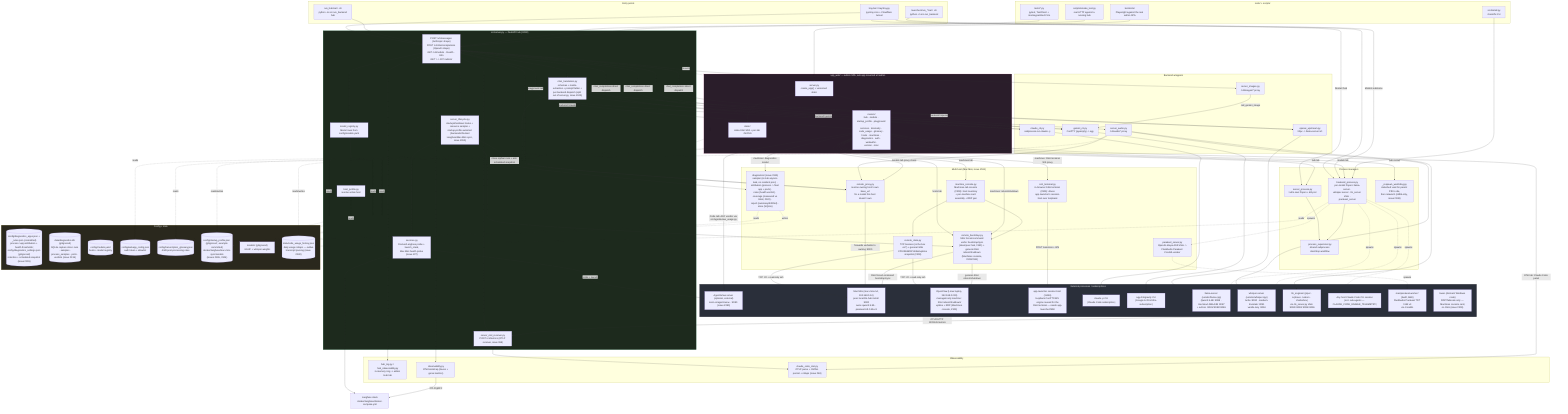
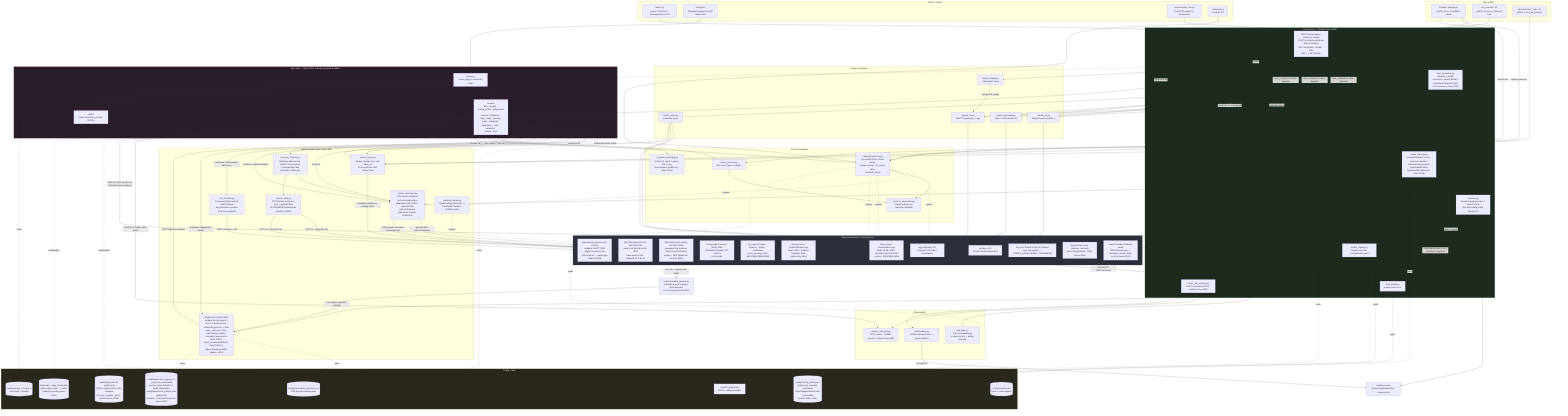
%% docs/architecture.mmd — local-llm-hub's own internal structure.
%% Hand-authored, not generated — companion to the fleet-wide convention in
%% ferraroroberto/fleet-config#256 (see that repo's own docs/architecture.mmd
%% for the reference dogfood). This is deliberately smaller than
%% docs/project-structure.md's three detailed diagrams (component/module/
%% sequence) — it's the one-glance map; project-structure.md stays the deep
%% reference. Update this diagram in the same PR as any material structural
%% change (a backend added/removed, a router moved, a process manager
%% relocated) — same anti-staleness contract as this repo's own `.fleet.toml`
%% `description` field.

flowchart TB
  subgraph entry["Entry points"]
    TRAY["tray.bat / tray/tray.py\npystray icon + Cloudflare tunnel"]
    RUNHUB["run_hub.bat / .sh\npython -m src.run_backend hub"]
    RUNMODEL["launchers/run_*.bat / .sh\npython -m src.run_backend <model_id>"]
  end

  subgraph core["src/server.py — FastAPI hub (:8000)"]
    SRV["POST /v1/messages (Anthropic shape)\nPOST /v1/chat/completions (OpenAI shape)\nGET /v1/models · /health · /info\nGET / -> 307 /admin/"]
    CHATT["chat_translation.py\nschemas + media extraction + prompt flatten +\nper-backend dispatch (split out of server.py, issue #245)"]
    LIFECYCLE["server_lifecycle.py\nstartup/shutdown hooks + resource sampler +\nstartup-profile autostart (backends/Docker/\nLangfuse/Mac-Mini-sync, issue #265)"]
    REG["model_registry.py\nModel rows from config/models.yaml"]
    HOSTP["host_profile.py\nresolve active host"]
    OTELRECV["server_otel_receiver.py\nPOST /v1/metrics (OTLP receiver, issue #68)"]
    SVC["services.py\nDocker/Langfuse probe + launch_stack,\nMac Mini health probe (issue #27)"]
  end
  TRAY --> SRV
  RUNHUB --> SRV
  SRV --> CHATT
  SRV --> LIFECYCLE
  SRV --> REG
  REG --> HOSTP
  LIFECYCLE --> SVC
  LIFECYCLE --> REMOTEBOOT
  SVC --> LANGFUSE
  SVC -->|probe + launch| AGENTSVIEW

  subgraph routing["Backend wrappers"]
    CLAUDECLI["claude_cli.py\nsubprocess.run claude -p"]
    GEMINICLI["gemini_cli.py\nConPTY (pywinpty) -> agy"]
    OAIUP["openai_upstream.py\nhttpx -> llama-server /v1"]
    AUDIOR["server_audio.py\n/v1/audio/* proxy"]
    IMAGESR["server_images.py\n/v1/images/* proxy"]
  end
  CHATT -->|backend=claude| CLAUDECLI
  CHATT -->|backend=gemini| GEMINICLI
  CHATT -->|backend=openai| OAIUP
  SRV -->|chat_completions direct dispatch| CLAUDECLI
  SRV -->|chat_completions direct dispatch| GEMINICLI
  SRV -->|chat_completions direct dispatch| OAIUP
  SRV --> AUDIOR
  SRV --> IMAGESR
  SRV --> OTELRECV
  IMAGESR -->|call_gemini_image| GEMINICLI

  subgraph multihost["Multi-host (Mac Mini, issue #181)"]
    REMOTEPROXY["remote_proxy.py\nresolve owning host's own base_url\nfor a model this host doesn't own"]
    REMOTEBOOT["remote_bootstrap.py\nSSH forced-command verbs: bootstrap/sync\n(dead peer hub, #181) + general-SSH\nreboot/shutdown (Machines console, #309/#311)"]
    MACHINECON["machine_console.py\nMachines-tab console (#309): host inventory\n+ per-machine card assembly + RDP gen"]
    REMOTESTATS["remote_stats.py\nTCP liveness (is the box on?) + general-SSH\nCPU/RAM/GPU/disk/uptime snapshot (#309)"]
    SSHTERM["ssh_terminal.py\nin-browser SSH terminal (#309): drives\napp-launcher's session-host over loopback"]
-     DIAG["diagnostics/ (issue #315)\nsampler (in-hub asyncio task, no resident proc) ·\nattribution (process -> fleet app + ports) ·\nrules (health verdict) · coverage (measured vs blind, #322) ·\nreport (summary/drift/md) · store (SQLite)"]
+     DIAG["diagnostics/ (issue #315)\nsampler (in-hub asyncio task, no resident proc) ·\nattribution (process -> fleet app + ports, per-OS) ·\nrules (health verdict) · coverage (measured vs blind, #322) ·\nreport (summary/drift/md) · store (SQLite) ·\ningest (foreign portable capture, #316)"]
    PARAKEETSRV["parakeet_server.py\nOpenAI-shape ASR shim ->\nFluidAudio Parakeet CoreML worker"]
  end
  CHATT --> REMOTEPROXY
  SRV --> REMOTEPROXY
  AUDIOR --> REMOTEPROXY
  WROUT -->|models tab proxy check| REMOTEPROXY
  WROUT -->|hosts tab| REMOTEBOOT
  WROUT -->|machines tab| MACHINECON
  WROUT -->|machines: reboot/shutdown| REMOTEBOOT
  WROUT -->|machines: SSH terminal WS proxy| SSHTERM
  MACHINECON --> REMOTEBOOT
  MACHINECON --> REMOTESTATS
  WROUT -->|machines: diagnostics modal| DIAG
+   WROUT -->|POST diagnostics/ingest| DIAG
  LIFECYCLE -->|close orphan runs + arm scheduled snapshot| DIAG
  DIAG -.reads.-> DIAGCFG
  DIAG -.writes.-> DIAGDB
+   PORTCAP["scripts/portable_capture.py\nstandalone psutil sampler, SSH-delivered,\nno src/ imports (issue #316)"]
+   OPENCLAW -.ssh: run + capture raw JSON.-> PORTCAP
+   PORTCAP -->|raw capture ingested centrally| DIAG
  REMOTESTATS -->|TCP :22 + read-only ssh| MACMINI
  REMOTESTATS -->|TCP :22 + read-only ssh| OPENCLAW
  SSHTERM -->|POST /sessions + WS| SESSIONHOST
  REMOTEBOOT -->|general-SSH reboot/shutdown| OPENCLAW

  subgraph procmgr["Process managers"]
    SUPERVISOR["process_supervisor.py\nshared subprocess start/stop workflow"]
    SERVPROC["server_process.py\nhub's own Popen + kill-port"]
    BACKPROC["backend_process.py\nper-model Popen: llama-server ·\nwhisper-server · tts_server shim ·\nparakeet_server"]
    WATCHDOG["_respawn_watchdog.py\ndetached: wait for parent PID to die,\nthen relaunch (stdlib-only, issue #198)"]
  end
  RUNMODEL --> BACKPROC
  TRAY -->|Models submenu| BACKPROC
  TRAY -->|Restart hub| SERVPROC
  SERVPROC --> SUPERVISOR
  BACKPROC --> SUPERVISOR
  BACKPROC -.spawns.-> PARAKEETSRV

  subgraph ext["External processes / subscriptions"]
    CLAUDEBIN["claude -p CLI\n(Claude Code subscription)"]
    AGYBIN["agy Antigravity CLI\n(Google AI Pro/Ultra subscription)"]
    LLAMA["llama-server (vendor/llama.cpp)\nQwen3.5-4B :8088 · Gemma4-26B-A4B :8087\n+ ad-hoc :8081/:8082/:8086"]
    WHISPER["whisper-server (vendor/whisper.cpp)\nturbo :8090 · medium-translate :8091\nvanilla lazy :8094"]
    TTS["tts_engines/ (piper · orpheus · kokoro · chatterbox)\nvia tts_server.py shim :8092/:8093/:8095/:8096"]
    CCHOST["Any host Claude Code CLI session\n(incl. sub-agents — CLAUDE_CODE_ENABLE_TELEMETRY)"]
    MACMINI["Mac Mini (mac-mini-m4, 192.168.0.14)\npeer local-llm-hub install :8000\nowns qwen3.5-9b · parakeet-tdt-0.6b-v3"]
    PARAKEETWORKER["mac/parakeet-worker/ (Swift, ANE)\nFluidAudio Parakeet TDT 0.6B v3\nvia CoreML"]
    AGENTSVIEW["AgentsView server (optional, external)\nkenn-io/agentsview · :8080 (issue #280)"]
    SESSIONHOST["app-launcher session-host (:8446)\nloopback ConPTY/WS engine reused for the\nSSH terminal — needs app-launcher#558"]
    OPENCLAW["OpenClaw (Linux laptop, 192.168.0.239)\nmanaged-only machine: SSH reboot/shutdown/\nuptime + RDP (Machines console, #309)"]
    TOWER["tower (dormant Windows node)\nRDP/Tailscale only — Machines console card,\nno SSH (issue #309)"]
  end
  CLAUDECLI --> CLAUDEBIN
  GEMINICLI --> AGYBIN
  OAIUP --> LLAMA
  AUDIOR --> WHISPER
  AUDIOR --> TTS
  BACKPROC -.spawns.-> LLAMA
  BACKPROC -.spawns.-> WHISPER
  BACKPROC -.spawns.-> TTS
  CCHOST -->|OTLP/HTTP :8000/v1/metrics| OTELRECV
  REMOTEPROXY -->|forwards verbatim to owning :8000| MACMINI
  REMOTEBOOT -->|SSH forced-command bootstrap/sync| MACMINI
  PARAKEETSRV -.spawns.-> PARAKEETWORKER

  subgraph admin["app_web/ — admin SPA, sub-app mounted at /admin"]
    WSRV["server.py\ncreate_app() + versioned static"]
    WROUT["routers/\nhub · models · startup_profile · playground ·\nservices · telemetry · code_usage · glossary ·\nhosts · machines · diagnostics · auth · webauthn ·\nversion · misc"]
    WSTATIC["static/\nindex.html SPA + per-tab JS/CSS"]
  end
  SRV -.mounts.-> WSRV
  WSRV --> WROUT
  WSRV --> WSTATIC
  WROUT -->|hub tab| SERVPROC
  WROUT -->|hub restart| WATCHDOG
  WROUT -->|models tab| BACKPROC
  WROUT -->|playground tab| SRV

  subgraph obs["Observability"]
    HUBLOG["hub_log.py / hub_observability.py\nin-memory ring -> admin Hub tab"]
    OTEL["observability.py\nOTel bootstrap (traces + genai metrics)"]
    CCOTEL["claude_code_otel.py\nOTLP parse + JSONL persist + rollups (issue #68)"]
  end
  SRV --> HUBLOG
  SRV --> OTEL
  OTEL -->|OTLP/gRPC| LANGFUSE["Langfuse stack\ndocker/langfuse/docker-compose.yml"]
  OTELRECV --> CCOTEL
  WROUT -->|OTel tab: Claude Code panel| CCOTEL
  WROUT -->|Code tab: AGY vendor via src/agentsview_usage.py| AGENTSVIEW

  subgraph cfg["Config + data"]
    MODELSYAML[("config/models.yaml\nhosts + model registry")]
    WEBCFG[("config/webapp_config.json\nauth token + allowlist")]
    GLOSSARY[("config/transcription_glossary.json\nASR post-processing rules")]
    STARTUPCFG[("config/startup_profile.json (gitignored; .example committed)\ndocker/langfuse/mac-mini-sync/models\n(issues #265, #304)")]
    MODELSDIR["models/ (gitignored)\nGGUF + whisper weights"]
    USAGEHIST[("data/code_usage_history.json\ndaily usage rollups — outlive\ntranscript pruning (issue #280)")]
    DIAGCFG[("config/diagnostics_apps.json + _rules.json (committed)\nprocess->app attribution + health thresholds;\nconfig/diagnostics_settings.json (gitignored)\nretention + scheduled snapshot (issue #315)")]
    DIAGDB[("data/diagnostics.db (gitignored)\nSQLite capture store: runs · samples ·\nprocess_samples · ports · verdicts (issue #315)")]
  end
  REG -.reads.-> MODELSYAML
  HOSTP -.reads.-> MODELSYAML
  WSRV -.reads.-> WEBCFG
  AUDIOR -.reads.-> GLOSSARY
  BACKPROC -.reads.-> MODELSDIR
  REG -.reads.-> STARTUPCFG
  LIFECYCLE -.reads.-> STARTUPCFG
  WROUT -.reads/writes.-> STARTUPCFG
  WROUT -.reads/writes.-> USAGEHIST

  subgraph tests["tests/ + scripts/"]
    UNITTESTS["tests/*.py\npytest, TestClient + monkeypatched CLIs"]
    E2E["tests/e2e/\nPlaywright against the real admin SPA"]
    SMOKE["scripts/smoke_test.py\nreal HTTP against a running hub"]
    INSTALL["src/install.py\ncheck/fix CLI"]
  end
  UNITTESTS --> SRV
  E2E --> WSRV
  SMOKE --> SRV
  INSTALL --> BACKPROC

  classDef ext fill:#2a2f3a,stroke:#555,color:#eee
  classDef hub fill:#1d2a1d,stroke:#4a7,color:#eee
  classDef ui fill:#2a1d2a,stroke:#a47,color:#eee
  classDef cfgnode fill:#2a281d,stroke:#a94,color:#eee
  class ext ext
  class core hub
  class admin ui
  class cfg cfgnode
